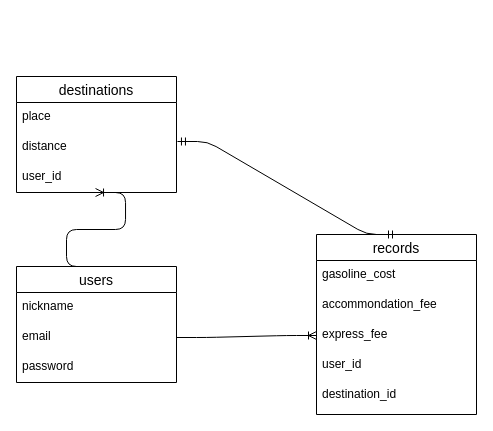
Above: travel_memory.dio in sken100627/travel_memory (draw.io), before the change. Source tidied: cells renumbered, new cells numbered last; positions are measured from the earlier drawing's top-left corner, leaving out a move shared by most shapes. Both pictures are drawn from the tidied source at 100%, with x=0, y=0 at pixel (16, 76).
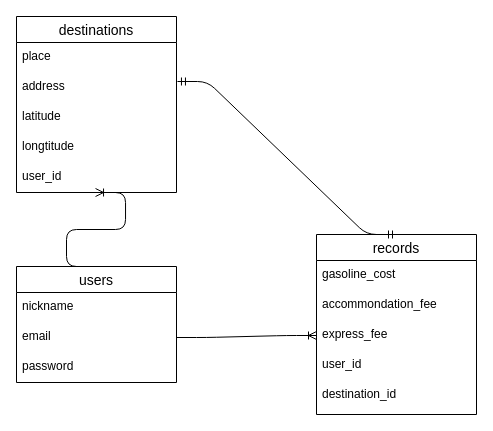
The same page after the edit.

Diff of the diagram source:
```diff
@@
     <mxCell id="2" value="destinations" style="swimlane;fontStyle=0;horizontal=1;startSize=26;align=center;fontSize=14;" parent="1" vertex="1">
-      <mxGeometry width="160" height="116" as="geometry" />
+      <mxGeometry y="-60" width="160" height="176" as="geometry" />
     </mxCell>
@@
-    <mxCell id="4" value="distance" style="text;strokeColor=none;fillColor=none;spacingLeft=4;spacingRight=4;overflow=hidden;points=[[0,0.5],[1,0.5]];portConstraint=eastwest;fontSize=12;" parent="2" vertex="1">
+    <mxCell id="4" value="address" style="text;strokeColor=none;fillColor=none;spacingLeft=4;spacingRight=4;overflow=hidden;points=[[0,0.5],[1,0.5]];portConstraint=eastwest;fontSize=12;" parent="2" vertex="1">
       <mxGeometry y="56" width="160" height="30" as="geometry" />
     </mxCell>
+    <mxCell id="19" value="latitude" style="text;strokeColor=none;fillColor=none;spacingLeft=4;spacingRight=4;overflow=hidden;fontSize=12;" parent="2" vertex="1">
+      <mxGeometry y="86" width="160" height="30" as="geometry" />
+    </mxCell>
+    <mxCell id="20" value="longtitude" style="text;strokeColor=none;fillColor=none;spacingLeft=4;spacingRight=4;overflow=hidden;fontSize=12;" parent="2" vertex="1">
+      <mxGeometry y="116" width="160" height="30" as="geometry" />
+    </mxCell>
     <mxCell id="5" value="user_id" style="text;strokeColor=none;fillColor=none;spacingLeft=4;spacingRight=4;overflow=hidden;points=[[0,0.5],[1,0.5]];portConstraint=eastwest;fontSize=12;" parent="2" vertex="1">
-      <mxGeometry y="86" width="160" height="30" as="geometry" />
+      <mxGeometry y="146" width="160" height="30" as="geometry" />
     </mxCell>
```
